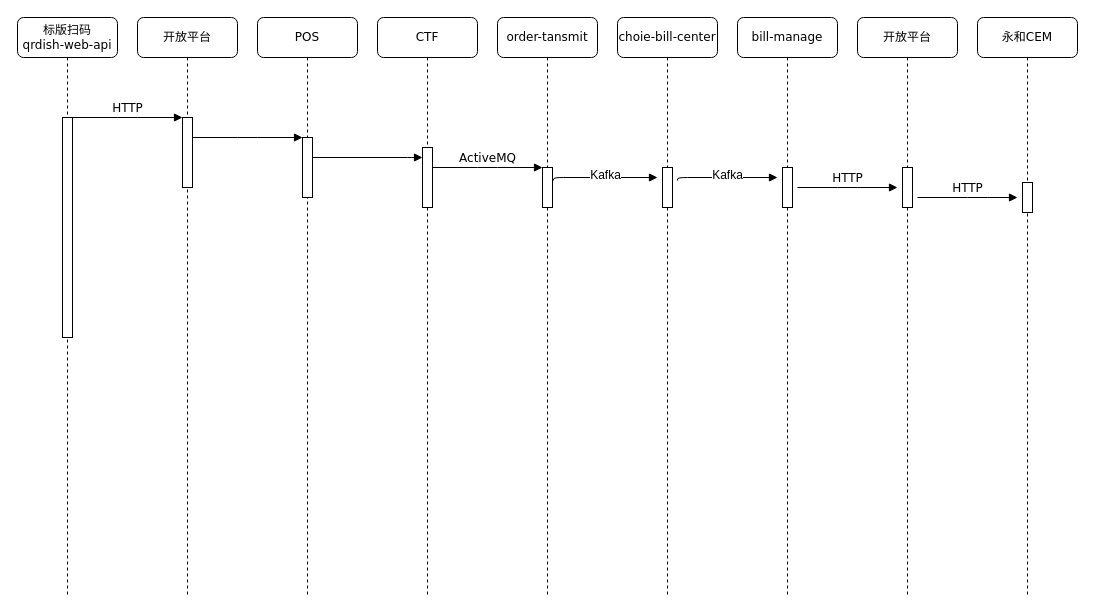
liuchenwei2000/diagram keeps this draw.io diagram as cem链路.drawio. Above is the earlier version. Source tidied: cells renumbered, new cells numbered last; positions are measured from the earlier drawing's top-left corner, leaving out a move shared by most shapes. Both pictures are drawn from the tidied source at 100%, with x=0, y=0 at pixel (17, 17).
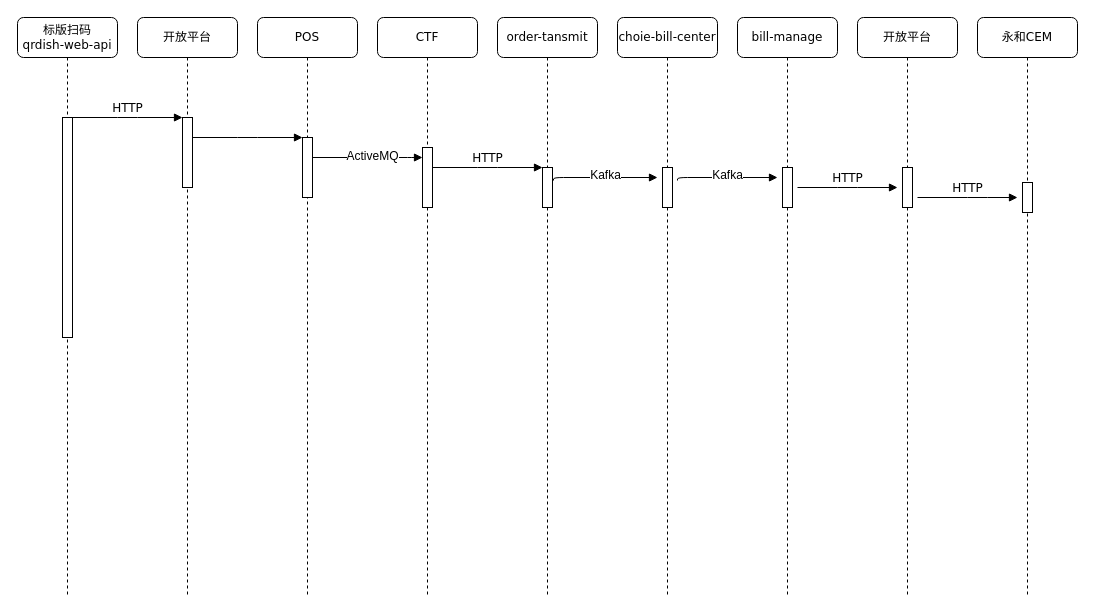
The same page after the edit.

Unchanged cells that the change refers to:
```xml
<mxCell id="8" style="html=1;points=[];perimeter=orthogonalPerimeter;rounded=0;shadow=0;comic=0;labelBackgroundColor=none;strokeWidth=1;fontFamily=Verdana;fontSize=12;align=center;" parent="7" vertex="1">
  <mxGeometry x="45" y="150" width="10" height="40" as="geometry" />
</mxCell>
<mxCell id="15" style="html=1;points=[];perimeter=orthogonalPerimeter;rounded=0;shadow=0;comic=0;labelBackgroundColor=none;strokeWidth=1;fontFamily=Verdana;fontSize=12;align=center;" parent="1" vertex="1">
  <mxGeometry x="405" y="130" width="10" height="60" as="geometry" />
</mxCell>
<mxCell id="16" style="html=1;verticalAlign=bottom;endArrow=block;labelBackgroundColor=none;fontFamily=Verdana;fontSize=12;edgeStyle=elbowEdgeStyle;elbow=vertical;" parent="1" edge="1" source="5" target="15">
  <mxGeometry relative="1" as="geometry">
    <Array as="points">
      <mxPoint x="400" y="140" />
      <mxPoint x="420" y="140" />
    </Array>
  </mxGeometry>
</mxCell>
```

Change to the diagram source:
```diff
@@
+    <mxCell id="30" value="ActiveMQ" style="text;html=1;align=center;verticalAlign=middle;labelBackgroundColor=#ffffff;" parent="16" vertex="1">
+      <mxGeometry x="0.91" y="46" relative="1" as="geometry">
+        <mxPoint x="-46" y="44" as="offset" />
+      </mxGeometry>
+    </mxCell>
-    <mxCell id="17" value="ActiveMQ" style="html=1;verticalAlign=bottom;endArrow=block;entryX=0;entryY=0;labelBackgroundColor=none;fontFamily=Verdana;fontSize=12;edgeStyle=elbowEdgeStyle;elbow=vertical;" parent="1" edge="1" source="15" target="8">
+    <mxCell id="17" value="HTTP" style="html=1;verticalAlign=bottom;endArrow=block;entryX=0;entryY=0;labelBackgroundColor=none;fontFamily=Verdana;fontSize=12;edgeStyle=elbowEdgeStyle;elbow=vertical;" parent="1" edge="1" source="15" target="8">
       <mxGeometry relative="1" as="geometry" />
     </mxCell>
```
